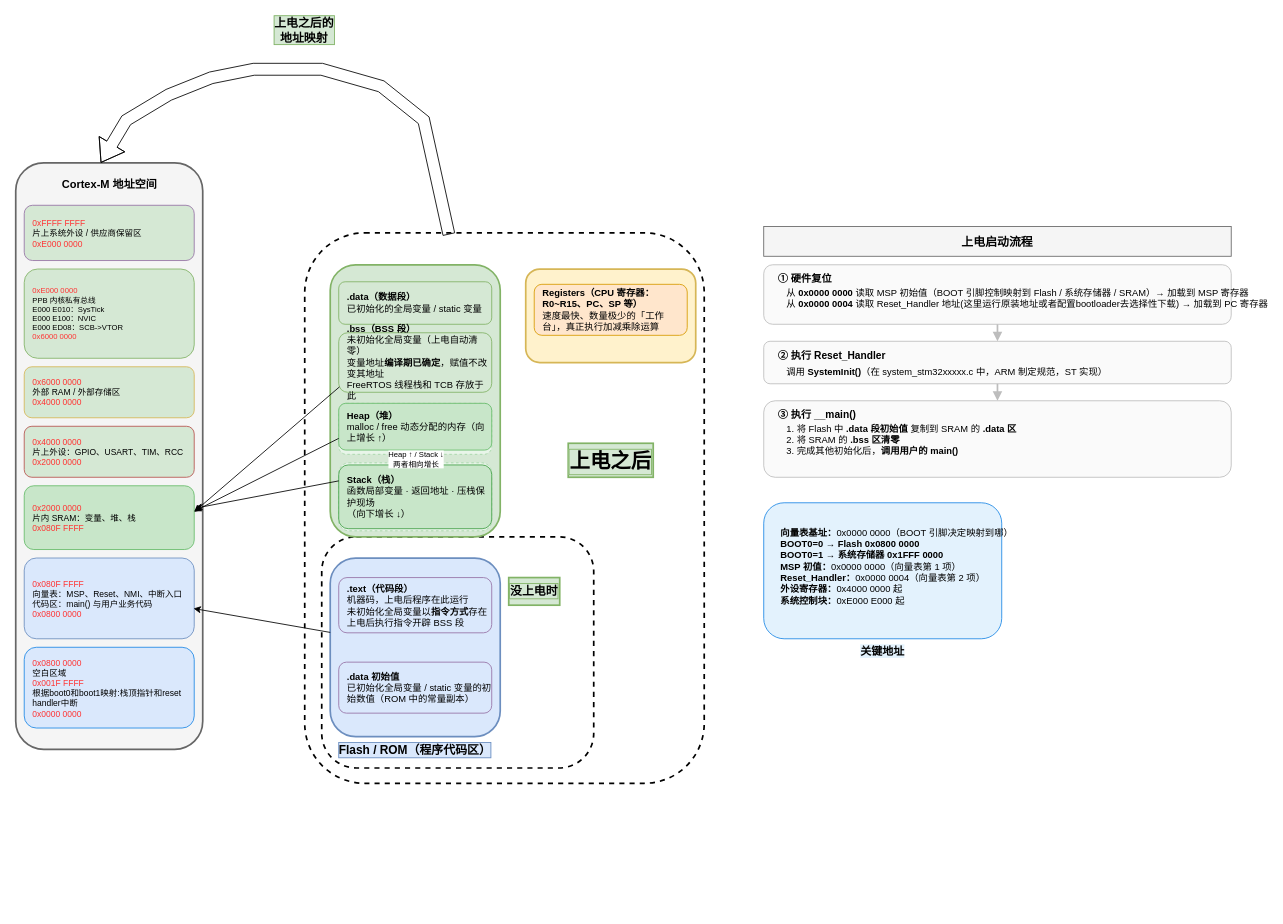
Earlier version of the draw.io diagram 术中自有万钟粟/Cortex-M4内核原理/arm_mcu内存划分.drawio (evil0knight/Basic_learning_record). Source tidied: cells renumbered, new cells numbered last; positions are measured from the earlier drawing's top-left corner, leaving out a move shared by most shapes. Both pictures are drawn from the tidied source at 85%, with x=0, y=0 at pixel (15, 69).
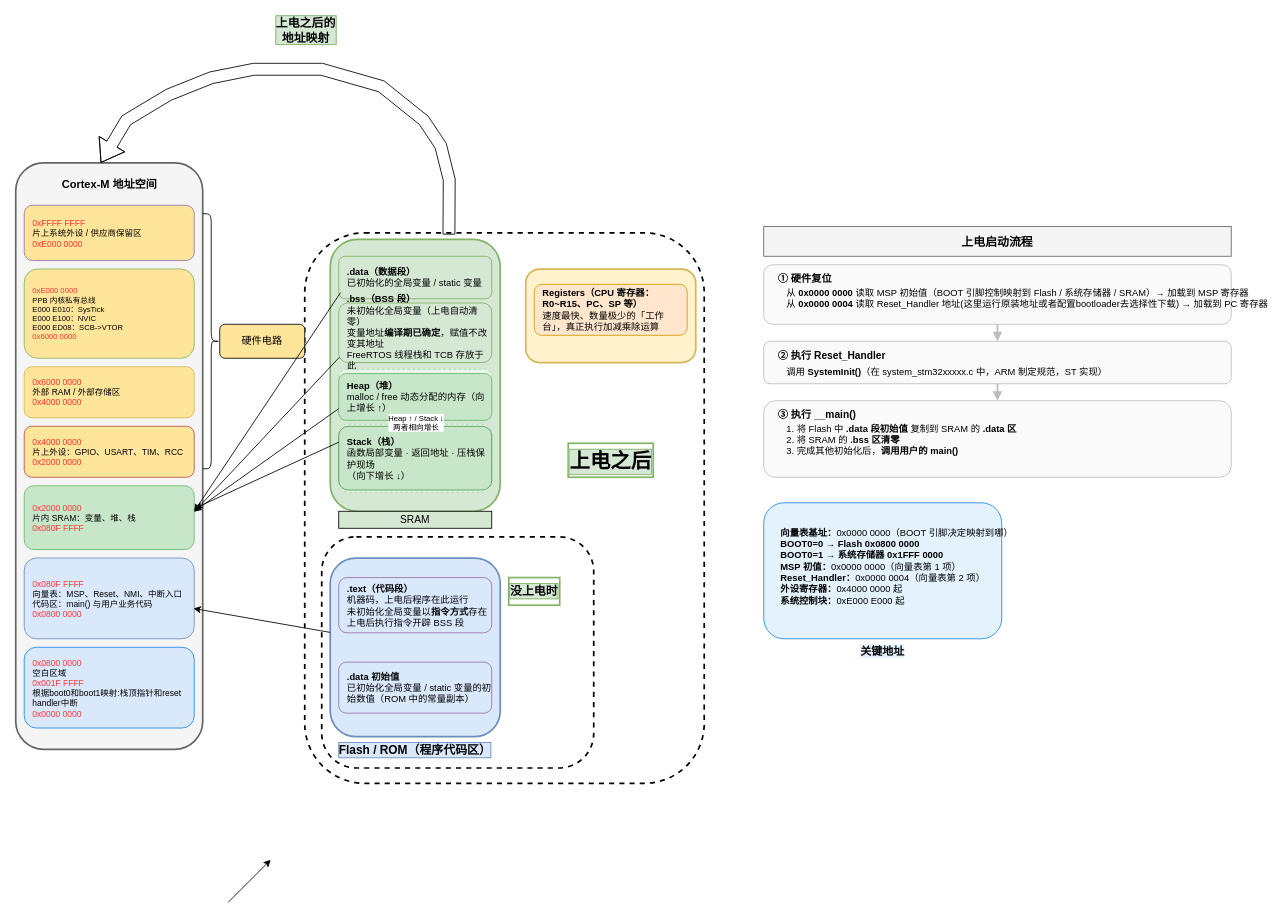
After the change.

Commit message:
更新arm_mcu内存划分.drawio

Unchanged cells that the change refers to:
```xml
<mxCell id="2" style="rounded=1;dashed=1;strokeWidth=2;whiteSpace=wrap;html=1;fillColor=none;" parent="1" vertex="1">
  <mxGeometry x="340" y="192.5" width="470" height="647.5" as="geometry" />
</mxCell>
```

What changed in the source:
```diff
@@
+    <mxCell id="32" style="rounded=1;whiteSpace=wrap;html=1;fillColor=#f5f5f5;strokeColor=#666666;strokeWidth=2;" parent="1" vertex="1">
+      <mxGeometry y="110" width="220" height="690" as="geometry" />
+    </mxCell>
@@
-    <mxCell id="7" style="rounded=1;whiteSpace=wrap;html=1;fillColor=#d5e8d4;strokeColor=#82b366;fontStyle=1;fontSize=14;verticalAlign=top;verticalLabelPosition=bottom;labelBackgroundColor=#d5e8d4;labelBorderColor=#82b366;labelBorderStyle=solid;strokeWidth=2;" parent="1" vertex="1">
-      <mxGeometry x="370" y="230" width="200" height="320" as="geometry" />
+    <mxCell id="7" style="rounded=1;whiteSpace=wrap;html=1;fillColor=#d5e8d4;strokeColor=#82b366;fontStyle=1;fontSize=14;verticalAlign=top;verticalLabelPosition=bottom;labelBackgroundColor=#d5e8d4;labelBorderColor=#82b366;labelBorderStyle=solid;strokeWidth=2;arcSize=16;shadow=0;" parent="1" vertex="1">
+      <mxGeometry x="370" y="200" width="200" height="320" as="geometry" />
     </mxCell>
     <mxCell id="8" value="&lt;b&gt;.data（数据段）&lt;/b&gt;&lt;br&gt;已初始化的全局变量 / static 变量" style="rounded=1;whiteSpace=wrap;html=1;fillColor=#d5e8d4;strokeColor=#82b366;fontSize=11;align=left;spacingLeft=8;fontStyle=0;" parent="1" vertex="1">
-      <mxGeometry x="380" y="250" width="180" height="50" as="geometry" />
+      <mxGeometry x="380" y="220" width="180" height="50" as="geometry" />
     </mxCell>
     <mxCell id="9" value="&lt;b&gt;.bss（BSS 段）&lt;/b&gt;&lt;br&gt;未初始化全局变量（上电自动清零）&lt;br&gt;变量地址&lt;b&gt;编译期已确定&lt;/b&gt;，赋值不改变其地址&lt;br&gt;FreeRTOS 线程栈和 TCB 存放于此" style="rounded=1;whiteSpace=wrap;html=1;fillColor=#d5e8d4;strokeColor=#82b366;fontSize=11;align=left;spacingLeft=8;fontStyle=0;" parent="1" vertex="1">
-      <mxGeometry x="380" y="310" width="180" height="70" as="geometry" />
+      <mxGeometry x="380" y="275" width="180" height="70" as="geometry" />
     </mxCell>
     <mxCell id="10" style="rounded=1;whiteSpace=wrap;html=1;fillColor=#e8f5e9;strokeColor=#a5d6a7;fontSize=11;dashed=1;dashPattern=3 3;" parent="1" vertex="1">
-      <mxGeometry x="380" y="393" width="180" height="60" as="geometry" />
+      <mxGeometry x="380" y="353" width="180" height="60" as="geometry" />
     </mxCell>
     <mxCell id="11" value="&lt;b&gt;Heap（堆）&lt;/b&gt;&lt;br&gt;malloc / free 动态分配的内存（向上增长 ↑）" style="rounded=1;whiteSpace=wrap;html=1;fillColor=#c8e6c9;strokeColor=#66bb6a;fontSize=11;align=left;spacingLeft=8;" parent="1" vertex="1">
-      <mxGeometry x="380" y="393" width="180" height="55" as="geometry" />
+      <mxGeometry x="380" y="358" width="180" height="55" as="geometry" />
     </mxCell>
     <mxCell id="12" style="rounded=1;whiteSpace=wrap;html=1;fillColor=#e8f5e9;strokeColor=#a5d6a7;fontSize=11;dashed=1;dashPattern=3 3;" parent="1" vertex="1">
-      <mxGeometry x="380" y="463" width="180" height="80" as="geometry" />
+      <mxGeometry x="380" y="417.5" width="180" height="80" as="geometry" />
     </mxCell>
     <mxCell id="13" value="&lt;b&gt;Stack（栈）&lt;/b&gt;&lt;br&gt;函数局部变量 · 返回地址 · 压栈保护现场&lt;br&gt;（向下增长 ↓）" style="rounded=1;whiteSpace=wrap;html=1;fillColor=#C8E6C9;strokeColor=#43a047;fontSize=11;align=left;spacingLeft=8;" parent="1" vertex="1">
-      <mxGeometry x="380" y="465.5" width="180" height="75" as="geometry" />
+      <mxGeometry x="380" y="420" width="180" height="75" as="geometry" />
     </mxCell>
@@
-    <mxCell id="32" style="rounded=1;whiteSpace=wrap;html=1;fillColor=#f5f5f5;strokeColor=#666666;strokeWidth=2;" parent="1" vertex="1">
-      <mxGeometry y="110" width="220" height="690" as="geometry" />
-    </mxCell>
@@
-    <mxCell id="34" value="&lt;span style=&quot;color: rgb(255, 51, 51);&quot;&gt;0xFFFF FFFF&lt;/span&gt;&lt;br&gt;片上系统外设 / 供应商保留区&lt;br&gt;&lt;span style=&quot;color: rgb(255, 51, 51);&quot;&gt;0xE000 0000&lt;/span&gt;" style="rounded=1;whiteSpace=wrap;html=1;fillColor=#D5E8D4;strokeColor=#9673a6;fontSize=10;align=left;spacingLeft=8;" parent="1" vertex="1">
+    <mxCell id="34" value="&lt;span style=&quot;color: rgb(255, 51, 51);&quot;&gt;0xFFFF FFFF&lt;/span&gt;&lt;br&gt;片上系统外设 / 供应商保留区&lt;br&gt;&lt;span style=&quot;color: rgb(255, 51, 51);&quot;&gt;0xE000 0000&lt;/span&gt;" style="rounded=1;whiteSpace=wrap;html=1;fillColor=#FFE599;strokeColor=#9673a6;fontSize=10;align=left;spacingLeft=8;" parent="1" vertex="1">
       <mxGeometry x="10" y="160" width="200" height="65" as="geometry" />
     </mxCell>
-    <mxCell id="35" value="&lt;span style=&quot;color: rgb(255, 51, 51);&quot;&gt;0xE000 0000&lt;/span&gt;&lt;br&gt;PPB 内核私有总线&lt;br&gt;E000 E010：SysTick&lt;br&gt;E000 E100：NVIC&lt;br&gt;E000 ED08：SCB-&amp;gt;VTOR&lt;br&gt;&lt;span style=&quot;color: rgb(255, 51, 51);&quot;&gt;0x6000 0000&lt;/span&gt;" style="rounded=1;whiteSpace=wrap;html=1;fillColor=#D5E8D4;strokeColor=#82b366;fontSize=9;align=left;spacingLeft=8;" parent="1" vertex="1">
+    <mxCell id="35" value="&lt;span style=&quot;color: rgb(255, 51, 51);&quot;&gt;0xE000 0000&lt;/span&gt;&lt;br&gt;PPB 内核私有总线&lt;br&gt;E000 E010：SysTick&lt;br&gt;E000 E100：NVIC&lt;br&gt;E000 ED08：SCB-&amp;gt;VTOR&lt;br&gt;&lt;span style=&quot;color: rgb(255, 51, 51);&quot;&gt;0x6000 0000&lt;/span&gt;" style="rounded=1;whiteSpace=wrap;html=1;fillColor=#FFE599;strokeColor=#82b366;fontSize=9;align=left;spacingLeft=8;" parent="1" vertex="1">
       <mxGeometry x="10" y="235" width="200" height="105" as="geometry" />
     </mxCell>
-    <mxCell id="36" value="&lt;span style=&quot;color: rgb(255, 51, 51);&quot;&gt;0x6000 0000&lt;/span&gt;&lt;br&gt;外部 RAM / 外部存储区&lt;br&gt;&lt;span style=&quot;color: rgb(255, 51, 51);&quot;&gt;0x4000 0000&lt;/span&gt;" style="rounded=1;whiteSpace=wrap;html=1;fillColor=#D5E8D4;strokeColor=#d6b656;fontSize=10;align=left;spacingLeft=8;" parent="1" vertex="1">
+    <mxCell id="36" value="&lt;span style=&quot;color: rgb(255, 51, 51);&quot;&gt;0x6000 0000&lt;/span&gt;&lt;br&gt;外部 RAM / 外部存储区&lt;br&gt;&lt;span style=&quot;color: rgb(255, 51, 51);&quot;&gt;0x4000 0000&lt;/span&gt;" style="rounded=1;whiteSpace=wrap;html=1;fillColor=#FFE599;strokeColor=#d6b656;fontSize=10;align=left;spacingLeft=8;" parent="1" vertex="1">
       <mxGeometry x="10" y="350" width="200" height="60" as="geometry" />
     </mxCell>
-    <mxCell id="37" value="&lt;span style=&quot;color: rgb(255, 51, 51);&quot;&gt;0x4000 0000&lt;/span&gt;&lt;br&gt;片上外设：GPIO、USART、TIM、RCC&lt;br&gt;&lt;span style=&quot;color: rgb(255, 51, 51);&quot;&gt;0x2000 0000&lt;/span&gt;" style="rounded=1;whiteSpace=wrap;html=1;fillColor=#D5E8D4;strokeColor=#b85450;fontSize=10;align=left;spacingLeft=8;" parent="1" vertex="1">
+    <mxCell id="37" value="&lt;span style=&quot;color: rgb(255, 51, 51);&quot;&gt;0x4000 0000&lt;/span&gt;&lt;br&gt;片上外设：GPIO、USART、TIM、RCC&lt;br&gt;&lt;span style=&quot;color: rgb(255, 51, 51);&quot;&gt;0x2000 0000&lt;/span&gt;" style="rounded=1;whiteSpace=wrap;html=1;fillColor=#FFE599;strokeColor=#b85450;fontSize=10;align=left;spacingLeft=8;" parent="1" vertex="1">
       <mxGeometry x="10" y="420" width="200" height="60" as="geometry" />
     </mxCell>
@@
-    <mxCell id="43" value="没上电时" style="whiteSpace=wrap;html=1;rounded=0;strokeColor=#82b366;strokeWidth=2;align=center;verticalAlign=top;fontFamily=Helvetica;fontSize=14;fontColor=default;fontStyle=1;labelBorderColor=#82b366;labelBackgroundColor=#d5e8d4;fillColor=#d5e8d4;" parent="1" vertex="1">
+    <mxCell id="43" value="没上电时" style="whiteSpace=wrap;html=1;rounded=0;strokeColor=#82b366;strokeWidth=2;align=center;verticalAlign=top;fontFamily=Helvetica;fontSize=14;fontColor=default;fontStyle=1;labelBorderColor=#82b366;labelBackgroundColor=#d5e8d4;fillColor=#FFFFFF;" parent="1" vertex="1">
       <mxGeometry x="580" y="598" width="60" height="32.5" as="geometry" />
     </mxCell>
-    <mxCell id="44" value="&lt;font style=&quot;font-size: 24px;&quot;&gt;上电之后&lt;/font&gt;" style="whiteSpace=wrap;html=1;rounded=0;strokeColor=#82b366;strokeWidth=2;align=center;verticalAlign=top;fontFamily=Helvetica;fontSize=14;fontColor=default;fontStyle=1;labelBorderColor=#82b366;labelBackgroundColor=#d5e8d4;fillColor=#d5e8d4;" parent="1" vertex="1">
+    <mxCell id="44" value="&lt;font style=&quot;font-size: 24px;&quot;&gt;上电之后&lt;/font&gt;" style="whiteSpace=wrap;html=1;rounded=0;strokeColor=#82b366;strokeWidth=2;align=center;verticalAlign=top;fontFamily=Helvetica;fontSize=14;fontColor=default;fontStyle=1;labelBorderColor=#82b366;labelBackgroundColor=#d5e8d4;fillColor=#FFFFFF;" parent="1" vertex="1">
       <mxGeometry x="650" y="440" width="100" height="40" as="geometry" />
     </mxCell>
@@
     <mxCell id="46" value="上电之后的&lt;div&gt;地址映射&lt;/div&gt;" style="shape=flexArrow;endArrow=classic;html=1;rounded=0;fontFamily=Helvetica;fontSize=14;fontColor=default;fontStyle=1;labelBorderColor=#82b366;labelBackgroundColor=#d5e8d4;width=14;endSize=8;exitX=0.361;exitY=0.003;exitDx=0;exitDy=0;exitPerimeter=0;entryX=0.455;entryY=0;entryDx=0;entryDy=0;entryPerimeter=0;" parent="1" edge="1" source="2" target="32">
       <mxGeometry x="0.1" y="-40" relative="1" as="geometry">
         <Array as="points">
+          <mxPoint x="510" y="130" />
+          <mxPoint x="500" y="90" />
           <mxPoint x="480" y="60" />
           <mxPoint x="430" y="20" />
           <mxPoint x="360" />
           <mxPoint x="280" />
           <mxPoint x="230" y="10" />
           <mxPoint x="180" y="30" />
           <mxPoint x="130" y="60" />
         </Array>
         <mxPoint x="21" y="-6" as="offset" />
       </mxGeometry>
     </mxCell>
@@
+    <mxCell id="51" style="endArrow=classic;html=1;rounded=0;fontFamily=Helvetica;fontSize=14;fontColor=default;fontStyle=1;labelBorderColor=#82b366;labelBackgroundColor=#d5e8d4;" parent="1" edge="1">
+      <mxGeometry relative="1" as="geometry">
+        <mxPoint x="250" y="980" as="sourcePoint" />
+        <mxPoint x="300" y="930" as="targetPoint" />
+      </mxGeometry>
+    </mxCell>
+    <mxCell id="52" style="shape=curlyBracket;whiteSpace=wrap;html=1;rounded=1;flipH=1;labelPosition=right;verticalLabelPosition=middle;align=left;verticalAlign=middle;legacyAnchorPoints=0;size=0.5;" parent="1" vertex="1">
+      <mxGeometry x="220" y="170" width="20" height="300" as="geometry" />
+    </mxCell>
+    <mxCell id="53" value="硬件电路" style="rounded=1;whiteSpace=wrap;html=1;fillColor=#FFE599;" parent="1" vertex="1">
+      <mxGeometry x="240" y="300" width="100" height="40" as="geometry" />
+    </mxCell>
+    <mxCell id="54" value="SRAM" style="rounded=0;whiteSpace=wrap;html=1;fillColor=#D5E8D4;" parent="1" vertex="1">
+      <mxGeometry x="380" y="520" width="180" height="20" as="geometry" />
+    </mxCell>
+    <mxCell id="55" style="endArrow=classic;html=1;rounded=0;fontFamily=Helvetica;fontSize=14;fontColor=default;fontStyle=1;labelBorderColor=#82b366;labelBackgroundColor=#d5e8d4;exitX=0.012;exitY=0.854;exitDx=0;exitDy=0;exitPerimeter=0;" parent="1" edge="1" source="8">
+      <mxGeometry relative="1" as="geometry">
+        <mxPoint x="210" y="520" as="targetPoint" />
+      </mxGeometry>
+    </mxCell>
```
